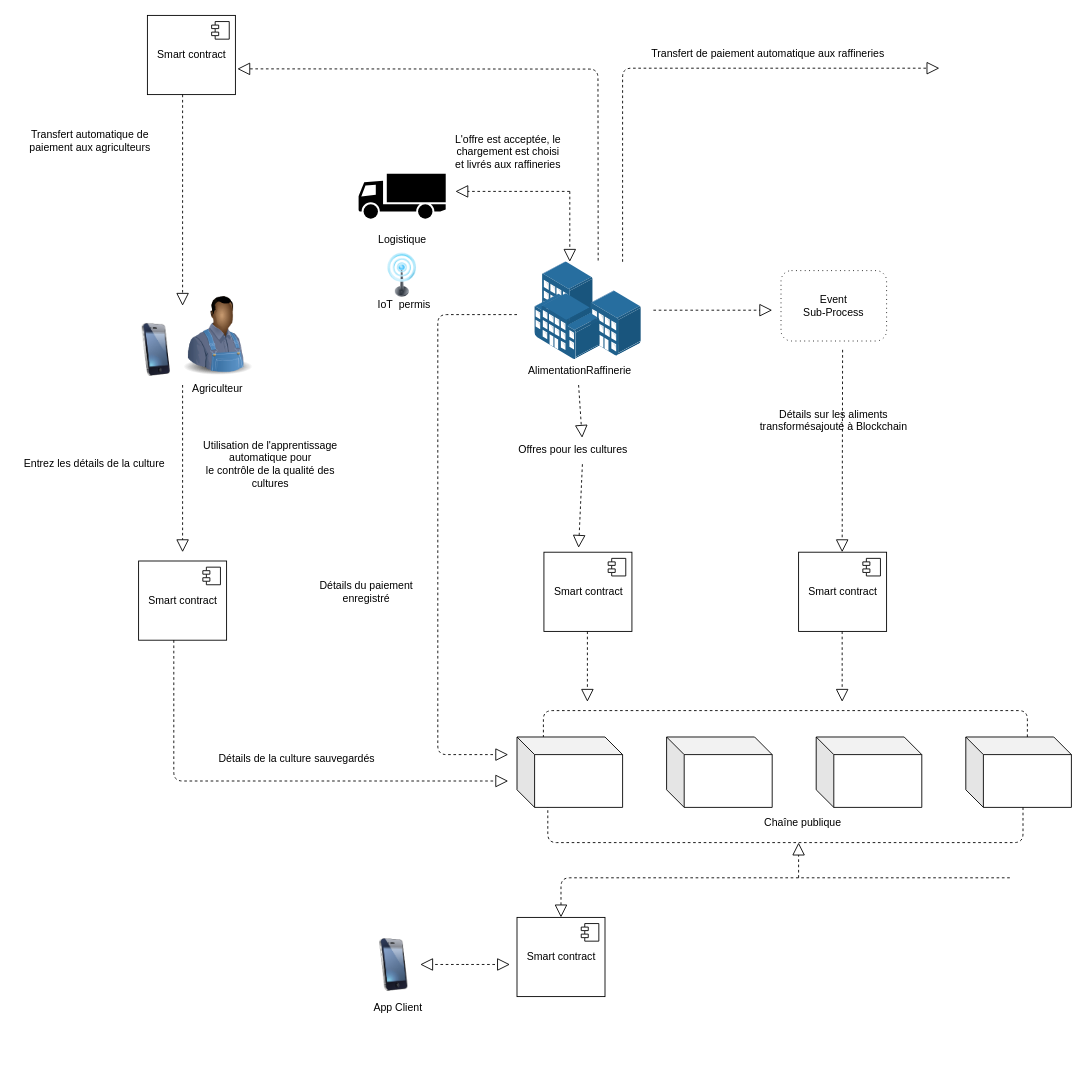
Above: Untitled Diagram.drawio in loosker95/supply-chain-blockchain (draw.io), before the change. Source tidied: cells renumbered, new cells numbered last; positions are measured from the earlier drawing's top-left corner, leaving out a move shared by most shapes. Both pictures are drawn from the tidied source at 88%, with x=0, y=0 at pixel (15, 15).
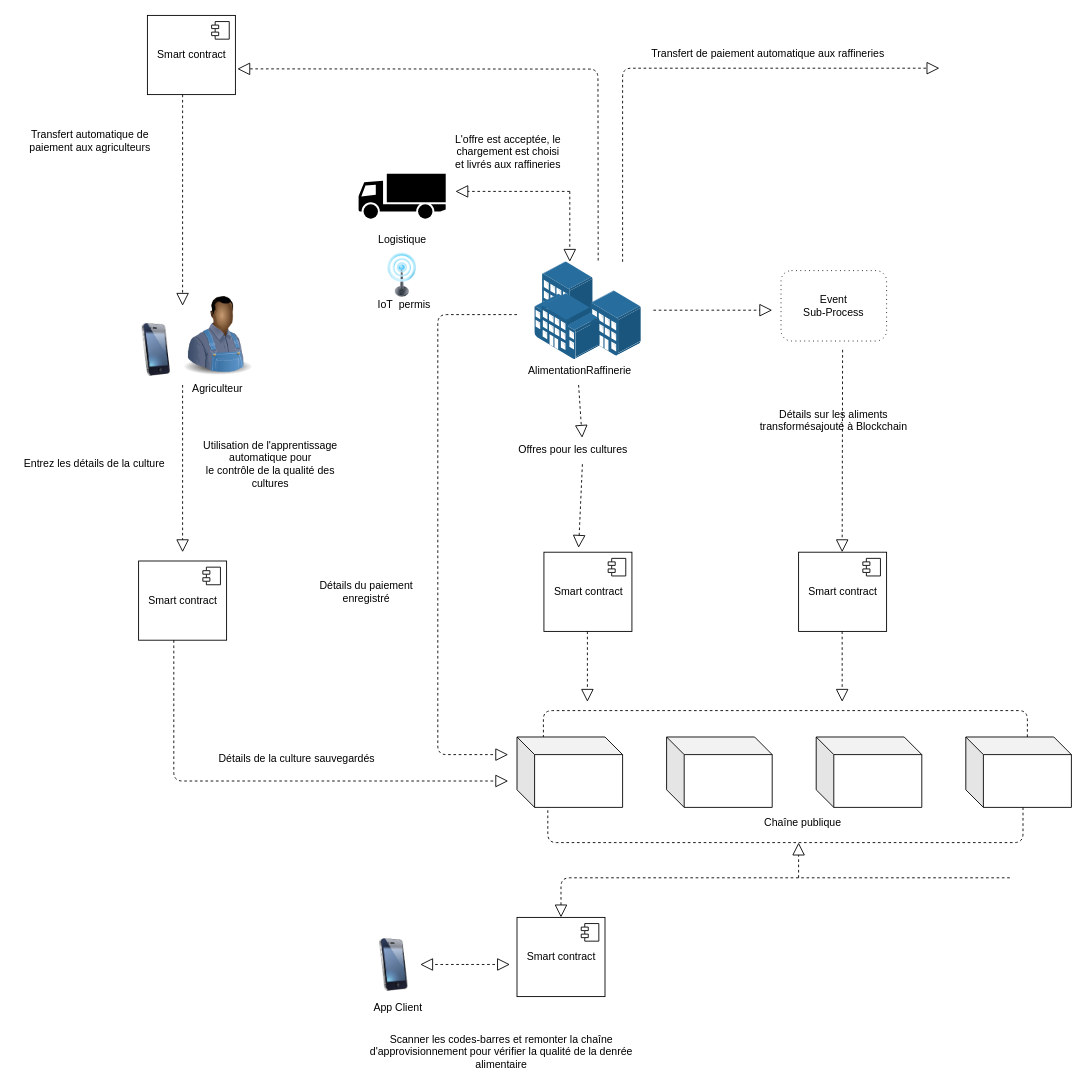
The same diagram, later.

Diff of the diagram source:
```diff
@@
+    <mxCell id="58" value="Scanner les codes-barres et remonter la chaîne d'approvisionnement pour vérifier la qualité de la denrée alimentaire" style="text;whiteSpace=wrap;html=1;align=center;" parent="1" vertex="1">
+      <mxGeometry x="380" y="1150" width="345" height="40" as="geometry" />
+    </mxCell>
```
